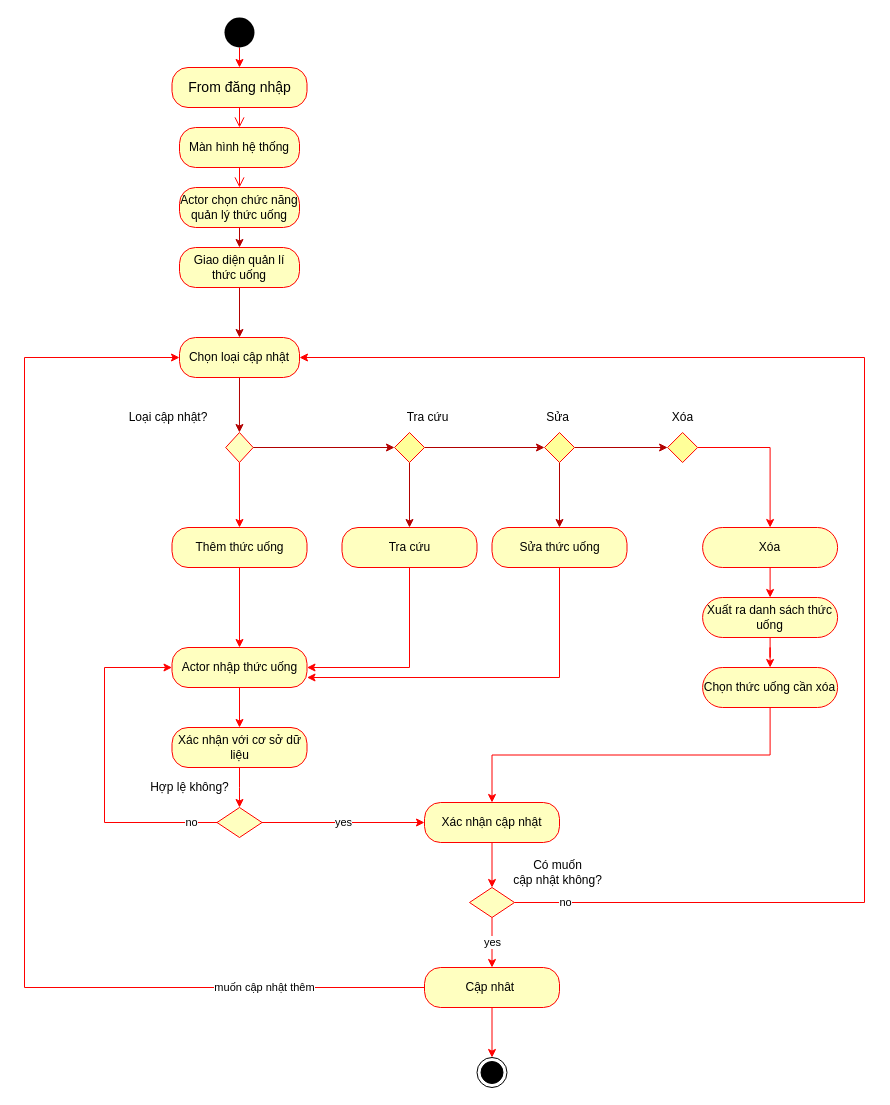
Earlier version of the draw.io diagram Draw.io/activity-quản lý thức uống.drawio (TruongNguyenYenNhi/PTTK-QL-b-n-h-ng). Source tidied: cells renumbered, new cells numbered last; positions are measured from the earlier drawing's top-left corner, leaving out a move shared by most shapes. Both pictures are drawn from the tidied source at 100%, with x=0, y=0 at pixel (24, 17).
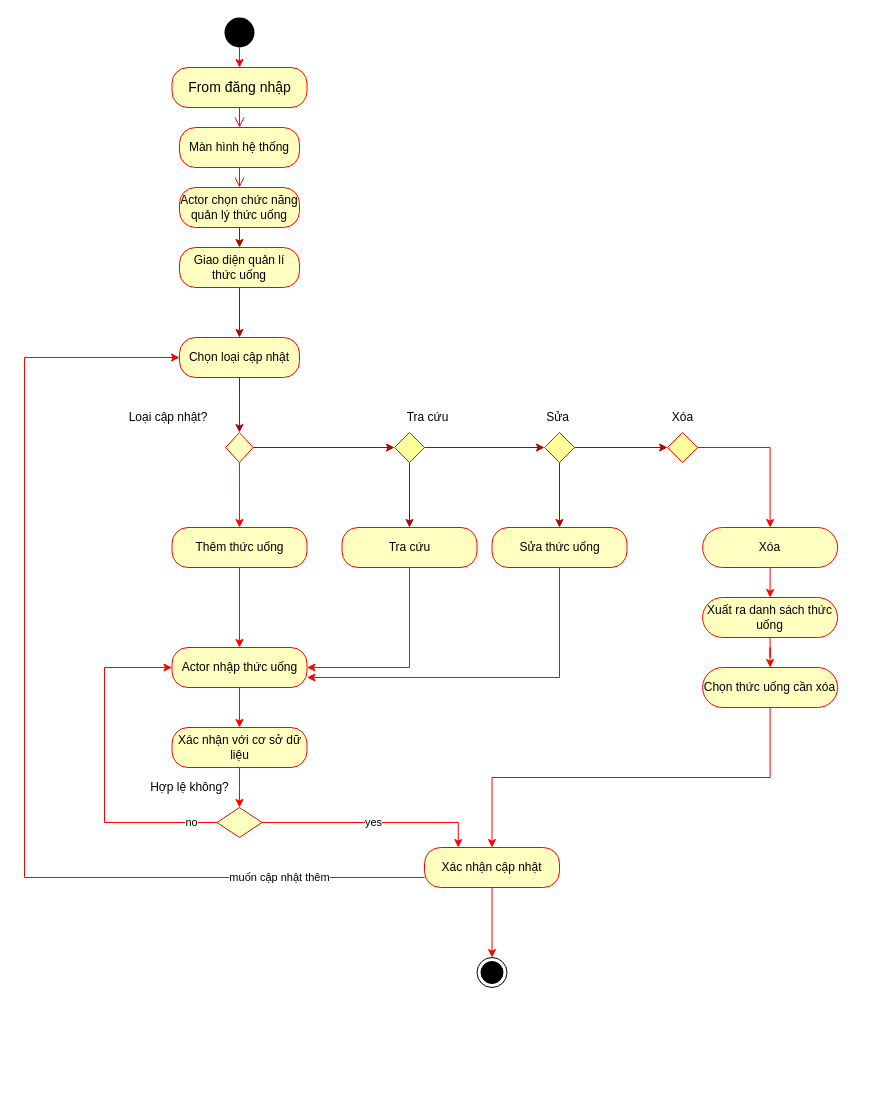
Above is the later version.

The change refers to these unchanged cells:
```xml
<mxCell id="16" value="Chọn loại cập nhật" style="rounded=1;whiteSpace=wrap;html=1;arcSize=40;fontColor=#000000;fillColor=#ffffc0;strokeColor=#ff0000;" parent="1" vertex="1">
  <mxGeometry x="155" y="320" width="120" height="40" as="geometry" />
</mxCell>
<mxCell id="45" style="rhombus;whiteSpace=wrap;html=1;fillColor=#ffffc0;strokeColor=#ff0000;" parent="1" vertex="1">
  <mxGeometry x="192.5" y="790" width="45" height="30" as="geometry" />
</mxCell>
```

What changed in the source:
```diff
@@
     <mxCell id="2" style="ellipse;html=1;shape=endState;fillColor=#000000;strokeColor=#000000;" parent="1" vertex="1">
-      <mxGeometry x="452.5" y="1040" width="30" height="30" as="geometry" />
+      <mxGeometry x="452.5" y="940" width="30" height="30" as="geometry" />
     </mxCell>
@@
-    <mxCell id="43" value="yes" style="edgeStyle=orthogonalEdgeStyle;rounded=0;jettySize=auto;html=1;exitX=1;exitY=0.5;exitDx=0;exitDy=0;strokeColor=#ff0000;entryX=0;entryY=0.5;entryDx=0;entryDy=0;" parent="1" edge="1" source="45" target="48">
+    <mxCell id="43" value="yes" style="edgeStyle=orthogonalEdgeStyle;rounded=0;jettySize=auto;html=1;exitX=1;exitY=0.5;exitDx=0;exitDy=0;strokeColor=#ff0000;entryX=0.25;entryY=0;entryDx=0;entryDy=0;" parent="1" edge="1" source="45" target="48">
       <mxGeometry relative="1" as="geometry" />
     </mxCell>
@@
-    <mxCell id="47" style="edgeStyle=orthogonalEdgeStyle;rounded=0;jettySize=auto;html=1;exitX=0.5;exitY=1;exitDx=0;exitDy=0;strokeColor=#ff0000;entryX=0.5;entryY=0;entryDx=0;entryDy=0;" parent="1" edge="1" source="48" target="58">
-      <mxGeometry relative="1" as="geometry" />
-    </mxCell>
+    <mxCell id="60" style="edgeStyle=orthogonalEdgeStyle;rounded=0;jettySize=auto;html=1;exitX=0.5;exitY=1;exitDx=0;exitDy=0;strokeColor=#FF0000;" parent="1" edge="1" source="48" target="2">
+      <mxGeometry relative="1" as="geometry" />
+    </mxCell>
     <mxCell id="48" value="Xác nhận cập nhật" style="rounded=1;whiteSpace=wrap;html=1;arcSize=40;fontColor=#000000;fillColor=#ffffc0;strokeColor=#ff0000;" parent="1" vertex="1">
-      <mxGeometry x="400" y="785" width="135" height="40" as="geometry" />
+      <mxGeometry x="400" y="830" width="135" height="40" as="geometry" />
     </mxCell>
@@
-    <mxCell id="53" style="edgeStyle=orthogonalEdgeStyle;rounded=0;jettySize=auto;html=1;exitX=0.5;exitY=1;exitDx=0;exitDy=0;entryX=0.5;entryY=0;entryDx=0;entryDy=0;strokeColor=#ff0000;" parent="1" edge="1" source="55" target="2">
-      <mxGeometry relative="1" as="geometry" />
-    </mxCell>
-    <mxCell id="54" value="muốn cập nhật thêm" style="edgeStyle=orthogonalEdgeStyle;rounded=0;jettySize=auto;html=1;entryX=0;entryY=0.5;entryDx=0;entryDy=0;strokeColor=#ff0000;" parent="1" edge="1" source="55" target="16">
+    <mxCell id="54" value="muốn cập nhật thêm" style="edgeStyle=orthogonalEdgeStyle;rounded=0;jettySize=auto;html=1;entryX=0;entryY=0.5;entryDx=0;entryDy=0;strokeColor=#ff0000;" parent="1" edge="1" target="16">
       <mxGeometry x="-0.73" relative="1" as="geometry">
+        <mxPoint x="400" y="860" as="sourcePoint" />
         <Array as="points">
-          <mxPoint y="970" />
+          <mxPoint x="400" y="860" />
+          <mxPoint y="860" />
           <mxPoint y="340" />
         </Array>
       </mxGeometry>
     </mxCell>
-    <mxCell id="55" value="Cập nhât&amp;nbsp;" style="rounded=1;whiteSpace=wrap;html=1;arcSize=40;fontColor=#000000;fillColor=#ffffc0;strokeColor=#ff0000;" parent="1" vertex="1">
-      <mxGeometry x="400" y="950" width="135" height="40" as="geometry" />
-    </mxCell>
-    <mxCell id="56" value="yes" style="edgeStyle=orthogonalEdgeStyle;rounded=0;jettySize=auto;html=1;exitX=0.5;exitY=1;exitDx=0;exitDy=0;entryX=0.5;entryY=0;entryDx=0;entryDy=0;strokeColor=#ff0000;" parent="1" edge="1" source="58" target="55">
-      <mxGeometry relative="1" as="geometry" />
-    </mxCell>
-    <mxCell id="57" value="no" style="edgeStyle=orthogonalEdgeStyle;rounded=0;jettySize=auto;html=1;exitX=1;exitY=0.5;exitDx=0;exitDy=0;entryX=1;entryY=0.5;entryDx=0;entryDy=0;strokeColor=#ff0000;" parent="1" edge="1" source="58" target="16">
-      <mxGeometry x="-0.93" relative="1" as="geometry">
-        <Array as="points">
-          <mxPoint x="840" y="885" />
-          <mxPoint x="840" y="340" />
-        </Array>
-      </mxGeometry>
-    </mxCell>
-    <mxCell id="58" style="rhombus;whiteSpace=wrap;html=1;fillColor=#ffffc0;strokeColor=#ff0000;" parent="1" vertex="1">
-      <mxGeometry x="445" y="870" width="45" height="30" as="geometry" />
-    </mxCell>
-    <mxCell id="59" value="Có muốn &lt;br&gt;cập nhật không?" style="text;html=1;align=center;verticalAlign=middle;" parent="1" vertex="1">
-      <mxGeometry x="483.1" y="840" width="100" height="30" as="geometry" />
-    </mxCell>
```
